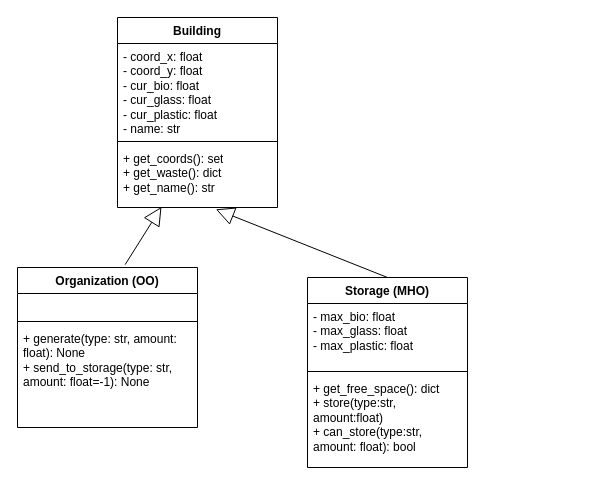
This is uml.drawio from Racoon11/green_atom_internship, a draw.io file, before an edit. Source tidied: cells renumbered, new cells numbered last; positions are measured from the earlier drawing's top-left corner, leaving out a move shared by most shapes. Both pictures are drawn from the tidied source at 100%, with x=0, y=0 at pixel (17, 17).
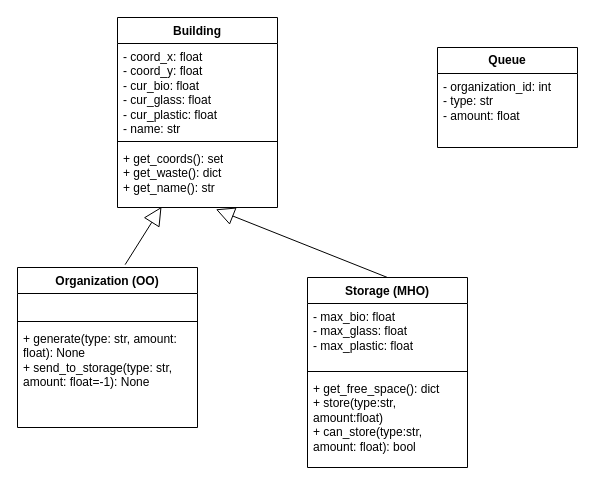
The same page after the edit.

Commit message (it also covers changes not shown here):
reform uml and creare storage/all api

The edit, as a diff of the source:
```diff
@@
 <mxGraphModel>
   <root>
     <mxCell id="0" />
     <mxCell id="1" parent="0" />
     <mxCell id="2" value="Organization (OO)" style="swimlane;fontStyle=1;align=center;verticalAlign=top;horizontal=1;startSize=26;whiteSpace=wrap;html=1;" parent="1" vertex="1">
       <mxGeometry y="250" width="180" height="160" as="geometry" />
     </mxCell>
     <mxCell id="3" value="&amp;nbsp;" style="text;strokeColor=none;fillColor=none;align=left;verticalAlign=top;spacingLeft=4;spacingRight=4;overflow=hidden;whiteSpace=wrap;html=1;" parent="2" vertex="1">
       <mxGeometry y="26" width="180" height="24" as="geometry" />
     </mxCell>
     <mxCell id="4" style="line;strokeWidth=1;fillColor=none;align=left;verticalAlign=middle;spacingTop=-1;spacingLeft=3;spacingRight=3;labelPosition=right;strokeColor=inherit;" parent="2" vertex="1">
       <mxGeometry y="50" width="180" height="8" as="geometry" />
     </mxCell>
     <mxCell id="5" value="+ generate(type: str, amount: float): None&lt;div&gt;+ send_to_storage(type: str, amount: float=-1): None&lt;/div&gt;&lt;div&gt;&lt;br&gt;&lt;/div&gt;" style="text;strokeColor=none;fillColor=none;align=left;verticalAlign=top;spacingLeft=4;spacingRight=4;overflow=hidden;whiteSpace=wrap;html=1;" parent="2" vertex="1">
       <mxGeometry y="58" width="180" height="102" as="geometry" />
     </mxCell>
     <mxCell id="6" value="Storage (MHO)" style="swimlane;fontStyle=1;align=center;verticalAlign=top;horizontal=1;startSize=26;whiteSpace=wrap;html=1;" parent="1" vertex="1">
       <mxGeometry x="290" y="260" width="160" height="190" as="geometry" />
     </mxCell>
     <mxCell id="7" value="- max_bio: float&lt;div&gt;- max_glass: float&lt;/div&gt;&lt;div&gt;- max_plastic: float&lt;br&gt;&lt;/div&gt;" style="text;strokeColor=none;fillColor=none;align=left;verticalAlign=top;spacingLeft=4;spacingRight=4;overflow=hidden;whiteSpace=wrap;html=1;" parent="6" vertex="1">
       <mxGeometry y="26" width="160" height="64" as="geometry" />
     </mxCell>
     <mxCell id="8" style="line;strokeWidth=1;fillColor=none;align=left;verticalAlign=middle;spacingTop=-1;spacingLeft=3;spacingRight=3;labelPosition=right;strokeColor=inherit;" parent="6" vertex="1">
       <mxGeometry y="90" width="160" height="8" as="geometry" />
     </mxCell>
     <mxCell id="9" value="+ get_free_space(): dict&lt;div&gt;+ store(type:str, amount:float)&lt;/div&gt;&lt;div&gt;+ can_store(type:str, amount: float): bool&lt;/div&gt;" style="text;strokeColor=none;fillColor=none;align=left;verticalAlign=top;spacingLeft=4;spacingRight=4;overflow=hidden;whiteSpace=wrap;html=1;" parent="6" vertex="1">
       <mxGeometry y="98" width="160" height="92" as="geometry" />
     </mxCell>
     <mxCell id="10" value="Building" style="swimlane;fontStyle=1;align=center;verticalAlign=top;horizontal=1;startSize=26;whiteSpace=wrap;html=1;" parent="1" vertex="1">
       <mxGeometry x="100" width="160" height="190" as="geometry" />
     </mxCell>
     <mxCell id="11" value="- coord_x: float&lt;div&gt;- coord_y: float&lt;/div&gt;&lt;div&gt;&lt;div&gt;- cur_bio: float&lt;/div&gt;&lt;div&gt;- cur_glass: float&lt;/div&gt;&lt;div&gt;- cur_plastic: float&lt;/div&gt;&lt;/div&gt;&lt;div&gt;- name: str&lt;/div&gt;" style="text;strokeColor=none;fillColor=none;align=left;verticalAlign=top;spacingLeft=4;spacingRight=4;overflow=hidden;whiteSpace=wrap;html=1;" parent="10" vertex="1">
       <mxGeometry y="26" width="160" height="94" as="geometry" />
     </mxCell>
     <mxCell id="12" style="line;strokeWidth=1;fillColor=none;align=left;verticalAlign=middle;spacingTop=-1;spacingLeft=3;spacingRight=3;labelPosition=right;strokeColor=inherit;" parent="10" vertex="1">
       <mxGeometry y="120" width="160" height="8" as="geometry" />
     </mxCell>
     <mxCell id="13" value="&lt;div&gt;+ get_coords(): set&lt;/div&gt;&lt;div&gt;+ get_waste(): dict&lt;/div&gt;&lt;div&gt;+ get_name(): str&lt;/div&gt;" style="text;strokeColor=none;fillColor=none;align=left;verticalAlign=top;spacingLeft=4;spacingRight=4;overflow=hidden;points=[[0,0.5],[1,0.5]];portConstraint=eastwest;whiteSpace=wrap;html=1;" parent="10" vertex="1">
       <mxGeometry y="128" width="160" height="62" as="geometry" />
     </mxCell>
     <mxCell id="14" style="endArrow=block;endSize=16;endFill=0;html=1;rounded=0;exitX=0.598;exitY=-0.018;exitDx=0;exitDy=0;exitPerimeter=0;entryX=0.275;entryY=0.99;entryDx=0;entryDy=0;entryPerimeter=0;" parent="1" edge="1" source="2" target="13">
       <mxGeometry relative="1" as="geometry" />
     </mxCell>
     <mxCell id="15" style="endArrow=block;endSize=16;endFill=0;html=1;rounded=0;exitX=0.5;exitY=0;exitDx=0;exitDy=0;entryX=0.615;entryY=1.029;entryDx=0;entryDy=0;entryPerimeter=0;" parent="1" edge="1" source="6" target="13">
       <mxGeometry relative="1" as="geometry" />
     </mxCell>
+    <mxCell id="16" value="&lt;span style=&quot;font-weight: 700;&quot;&gt;Queue&lt;/span&gt;" style="swimlane;fontStyle=0;horizontal=1;startSize=26;fillColor=none;whiteSpace=wrap;html=1;" parent="1" vertex="1">
+      <mxGeometry x="420" y="30" width="140" height="100" as="geometry" />
+    </mxCell>
+    <mxCell id="17" value="- organization_id: int&lt;div&gt;- type: str&lt;/div&gt;&lt;div&gt;- amount: float&lt;/div&gt;" style="text;strokeColor=none;fillColor=none;align=left;verticalAlign=top;spacingLeft=4;spacingRight=4;overflow=hidden;whiteSpace=wrap;html=1;" parent="16" vertex="1">
+      <mxGeometry y="26" width="140" height="74" as="geometry" />
+    </mxCell>
   </root>
 </mxGraphModel>
```
